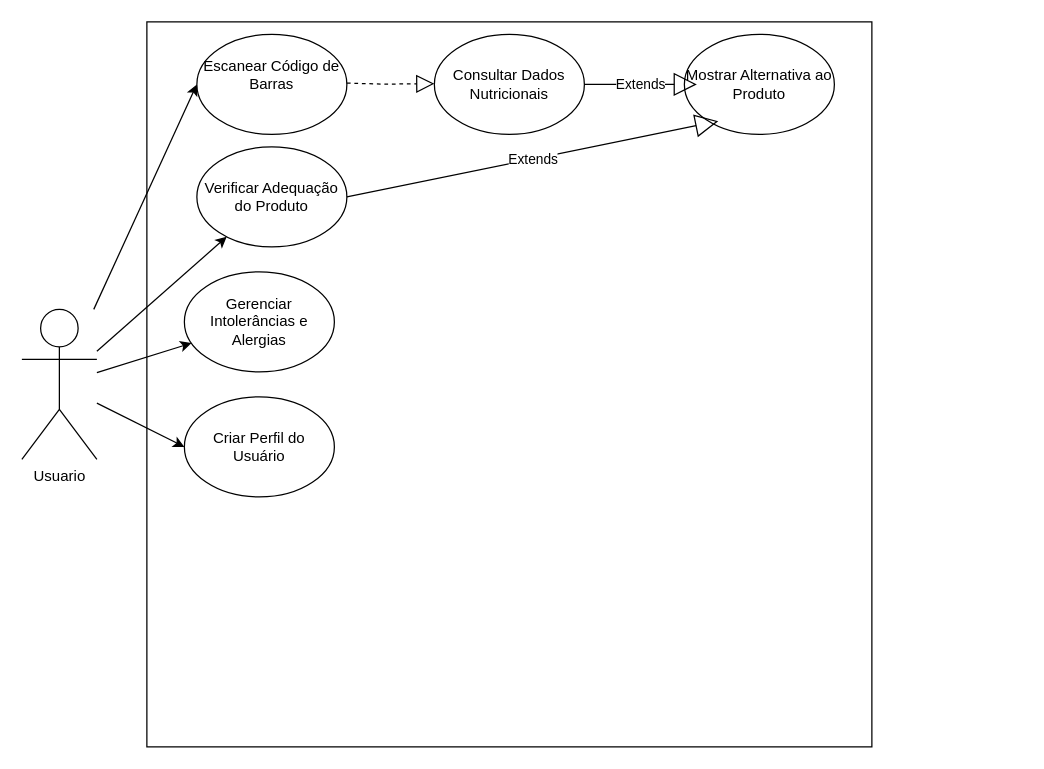
Above: Diagrama sem nome.drawio in gabirucosta2140/desktop-Diogo (draw.io), before the change. Source tidied: cells renumbered, new cells numbered last; positions are measured from the earlier drawing's top-left corner, leaving out a move shared by most shapes. Both pictures are drawn from the tidied source at 125%, with x=0, y=0 at pixel (21, 21).
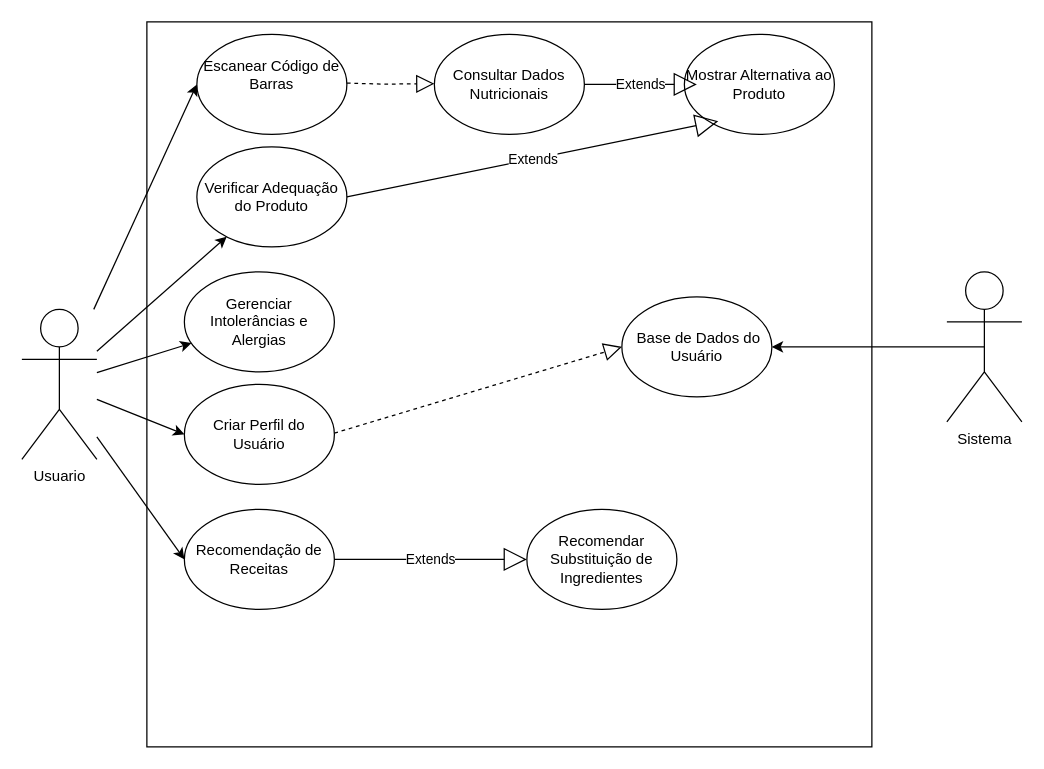
The same diagram, later.

Commit message:
Actualizar Diagrama Nutriscan caso de uso.drawio

Unchanged cells that the change refers to:
```xml
<mxCell id="3" value="Usuario" style="shape=umlActor;verticalLabelPosition=bottom;verticalAlign=top;html=1;outlineConnect=0;" parent="1" vertex="1">
  <mxGeometry y="230" width="60" height="120" as="geometry" />
</mxCell>
```

What changed in the source:
```diff
@@
     <mxCell id="7" value="Criar Perfil do Usuário" style="ellipse;whiteSpace=wrap;html=1;" parent="1" vertex="1">
-      <mxGeometry x="130" y="300" width="120" height="80" as="geometry" />
+      <mxGeometry x="130" y="290" width="120" height="80" as="geometry" />
     </mxCell>
@@
+    <mxCell id="17" value="Recomendação de Receitas" style="ellipse;whiteSpace=wrap;html=1;" parent="1" vertex="1">
+      <mxGeometry x="130" y="390" width="120" height="80" as="geometry" />
+    </mxCell>
+    <mxCell id="18" value="Extends" style="endArrow=block;endSize=16;endFill=0;html=1;rounded=0;exitX=1;exitY=0.5;exitDx=0;exitDy=0;entryX=0;entryY=0.5;entryDx=0;entryDy=0;" parent="1" edge="1" source="17" target="19">
+      <mxGeometry relative="1" as="geometry" />
+    </mxCell>
+    <mxCell id="19" value="Recomendar Substituição de Ingredientes" style="ellipse;whiteSpace=wrap;html=1;" parent="1" vertex="1">
+      <mxGeometry x="404" y="390" width="120" height="80" as="geometry" />
+    </mxCell>
+    <mxCell id="20" value="Sistema" style="shape=umlActor;verticalLabelPosition=bottom;verticalAlign=top;html=1;outlineConnect=0;" parent="1" vertex="1">
+      <mxGeometry x="740" y="200" width="60" height="120" as="geometry" />
+    </mxCell>
+    <mxCell id="21" value="&amp;nbsp;Base de Dados do Usuário" style="ellipse;whiteSpace=wrap;html=1;" parent="1" vertex="1">
+      <mxGeometry x="480" y="220" width="120" height="80" as="geometry" />
+    </mxCell>
+    <mxCell id="22" style="endArrow=classic;html=1;rounded=0;exitX=0.5;exitY=0.5;exitDx=0;exitDy=0;exitPerimeter=0;" parent="1" edge="1" source="20" target="21">
+      <mxGeometry relative="1" as="geometry" />
+    </mxCell>
+    <mxCell id="23" style="endArrow=classic;html=1;rounded=0;entryX=0;entryY=0.5;entryDx=0;entryDy=0;" parent="1" edge="1" source="3" target="17">
+      <mxGeometry relative="1" as="geometry" />
+    </mxCell>
+    <mxCell id="24" style="endArrow=block;dashed=1;endFill=0;endSize=12;html=1;rounded=0;entryX=0;entryY=0.5;entryDx=0;entryDy=0;" parent="1" edge="1" target="21">
+      <mxGeometry relative="1" as="geometry">
+        <mxPoint x="250" y="329" as="sourcePoint" />
+      </mxGeometry>
+    </mxCell>
```
